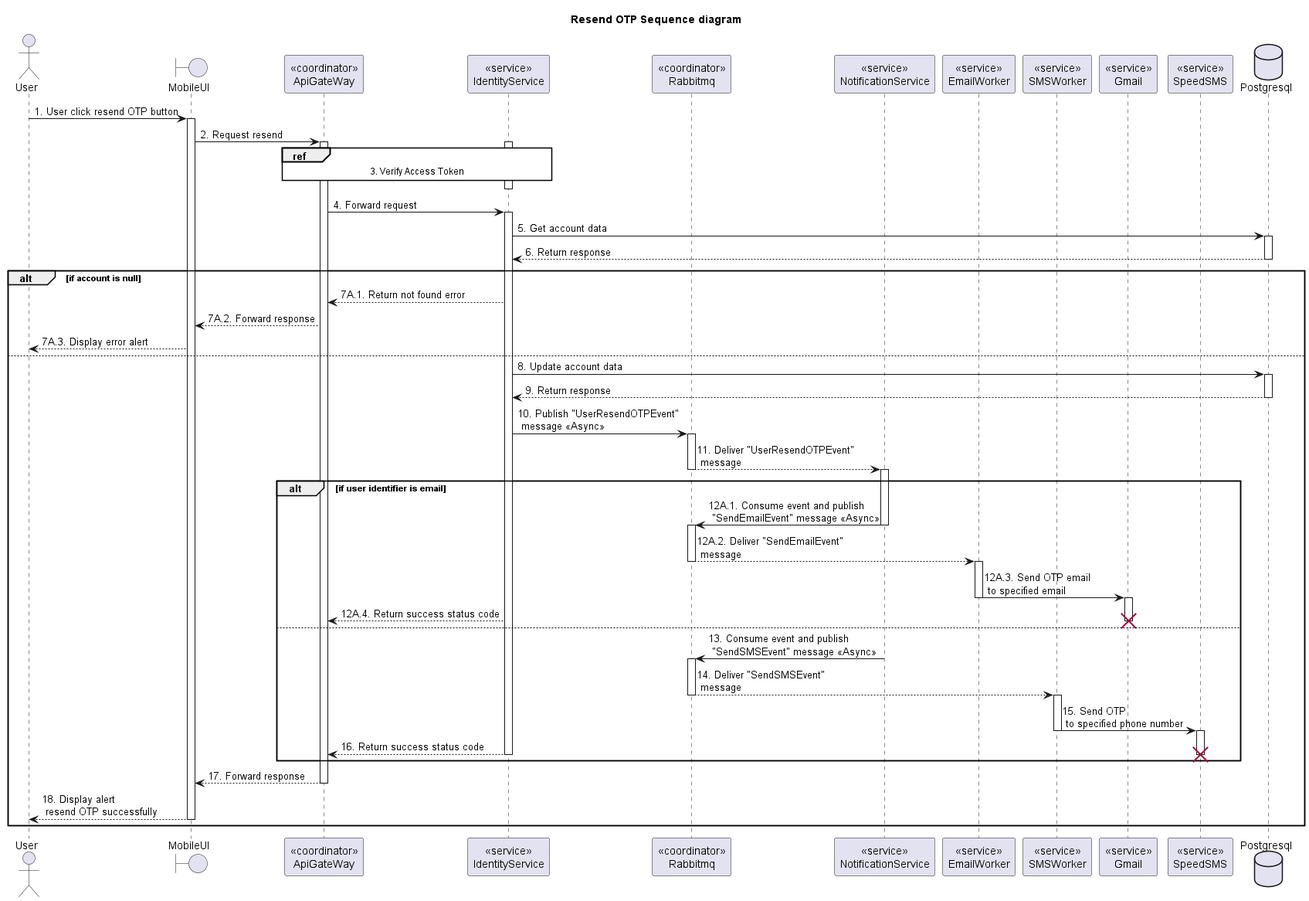
The PlantUML diagram doc/SDS/Identity/ResendOTP/Sequence.png in Carl-Johnsons/tastopia, before a commit.
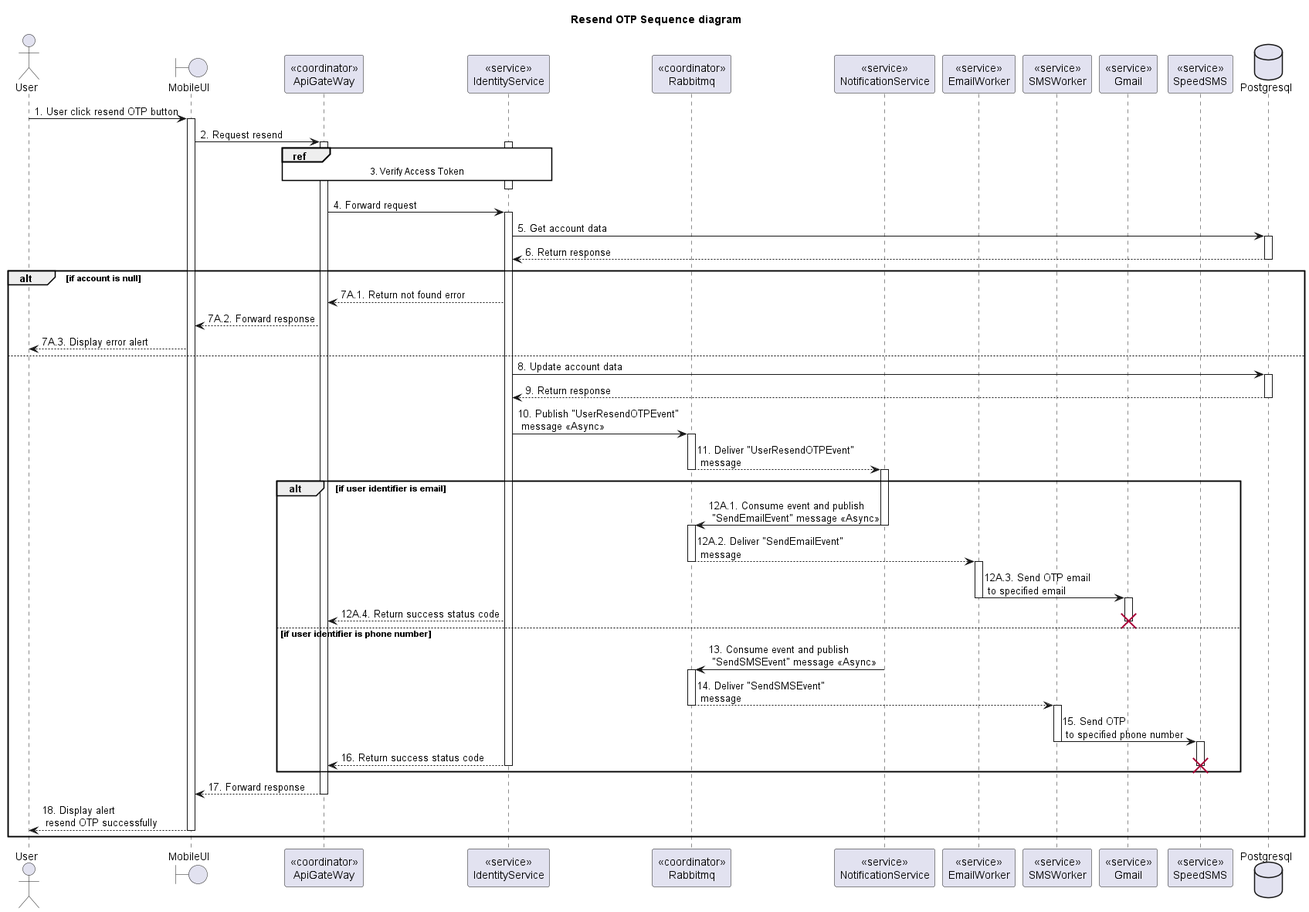
After the commit.

The edit, as a diff of the source:
```diff
@@ -34,49 +34,49 @@
 IdentityService <-- Postgresql--: 6. Return response
 
 alt if account is null
-    ApiGateway <-- IdentityService: 7A.1. Return not found error
-    MobileUI <-- ApiGateway: 7A.2. Forward response
-    User <-- MobileUI: 7A.3. Display error alert
+  ApiGateway <-- IdentityService: 7A.1. Return not found error
+  MobileUI <-- ApiGateway: 7A.2. Forward response
+  User <-- MobileUI: 7A.3. Display error alert
 else
-    IdentityService -> Postgresql++: 8. Update account data
-    IdentityService <-- Postgresql--: 9. Return response
-    IdentityService -> Rabbitmq: 10. Publish "UserResendOTPEvent"\n message <<Async>>
+  IdentityService -> Postgresql++: 8. Update account data
+  IdentityService <-- Postgresql--: 9. Return response
+  IdentityService -> Rabbitmq: 10. Publish "UserResendOTPEvent"\n message <<Async>>
+  activate Rabbitmq
+  Rabbitmq --> NotificationService: 11. Deliver "UserResendOTPEvent"\n message
+  deactivate Rabbitmq
+  activate NotificationService
+
+  alt if user identifier is email
+    NotificationService -> Rabbitmq: 12A.1. Consume event and publish \n "SendEmailEvent" message <<Async>>
+    deactivate NotificationService
     activate Rabbitmq
-    Rabbitmq --> NotificationService: 11. Deliver "UserResendOTPEvent"\n message
+    Rabbitmq --> EmailWorker: 12A.2. Deliver "SendEmailEvent"\n message
     deactivate Rabbitmq
-    activate NotificationService
+    activate EmailWorker
+    EmailWorker -> Gmail: 12A.3. Send OTP email\n to specified email
+    deactivate EmailWorker
+    activate Gmail
 
-    alt if user identifier is email
-      NotificationService -> Rabbitmq: 12A.1. Consume event and publish \n "SendEmailEvent" message <<Async>>
-      deactivate NotificationService
-      activate Rabbitmq
-      Rabbitmq --> EmailWorker: 12A.2. Deliver "SendEmailEvent"\n message
-      deactivate Rabbitmq
-      activate EmailWorker
-      EmailWorker -> Gmail: 12A.3. Send OTP email\n to specified email
-      deactivate EmailWorker
-      activate Gmail
+    ApiGateway <-- IdentityService: 12A.4. Return success status code
+    deactivate Gmail
+    destroy Gmail
+  else if user identifier is phone number
+    NotificationService -> Rabbitmq: 13. Consume event and publish \n "SendSMSEvent" message <<Async>>
+    deactivate NotificationService
+    activate Rabbitmq
+    Rabbitmq --> SMSWorker: 14. Deliver "SendSMSEvent"\n message
+    deactivate Rabbitmq
+    activate SMSWorker
+    SMSWorker -> SpeedSMS: 15. Send OTP \n to specified phone number
+    deactivate SMSWorker
+    activate SpeedSMS
 
-      ApiGateway <-- IdentityService: 12A.4. Return success status code
-      deactivate Gmail
-      destroy Gmail
-    else
-      NotificationService -> Rabbitmq: 13. Consume event and publish \n "SendSMSEvent" message <<Async>>
-      deactivate NotificationService
-      activate Rabbitmq
-      Rabbitmq --> SMSWorker: 14. Deliver "SendSMSEvent"\n message
-      deactivate Rabbitmq
-      activate SMSWorker
-      SMSWorker -> SpeedSMS: 15. Send OTP \n to specified phone number
-      deactivate SMSWorker
-      activate SpeedSMS
-
-      ApiGateway <-- IdentityService--: 16. Return success status code
-      deactivate SpeedSMS
-      destroy SpeedSMS
-    end
-    MobileUI <-- ApiGateway--: 17. Forward response
-    User <-- MobileUI--: 18. Display alert\n resend OTP successfully
+    ApiGateway <-- IdentityService--: 16. Return success status code
+    deactivate SpeedSMS
+    destroy SpeedSMS
+  end
+  MobileUI <-- ApiGateway--: 17. Forward response
+  User <-- MobileUI--: 18. Display alert\n resend OTP successfully
 end
 
 @enduml
```
